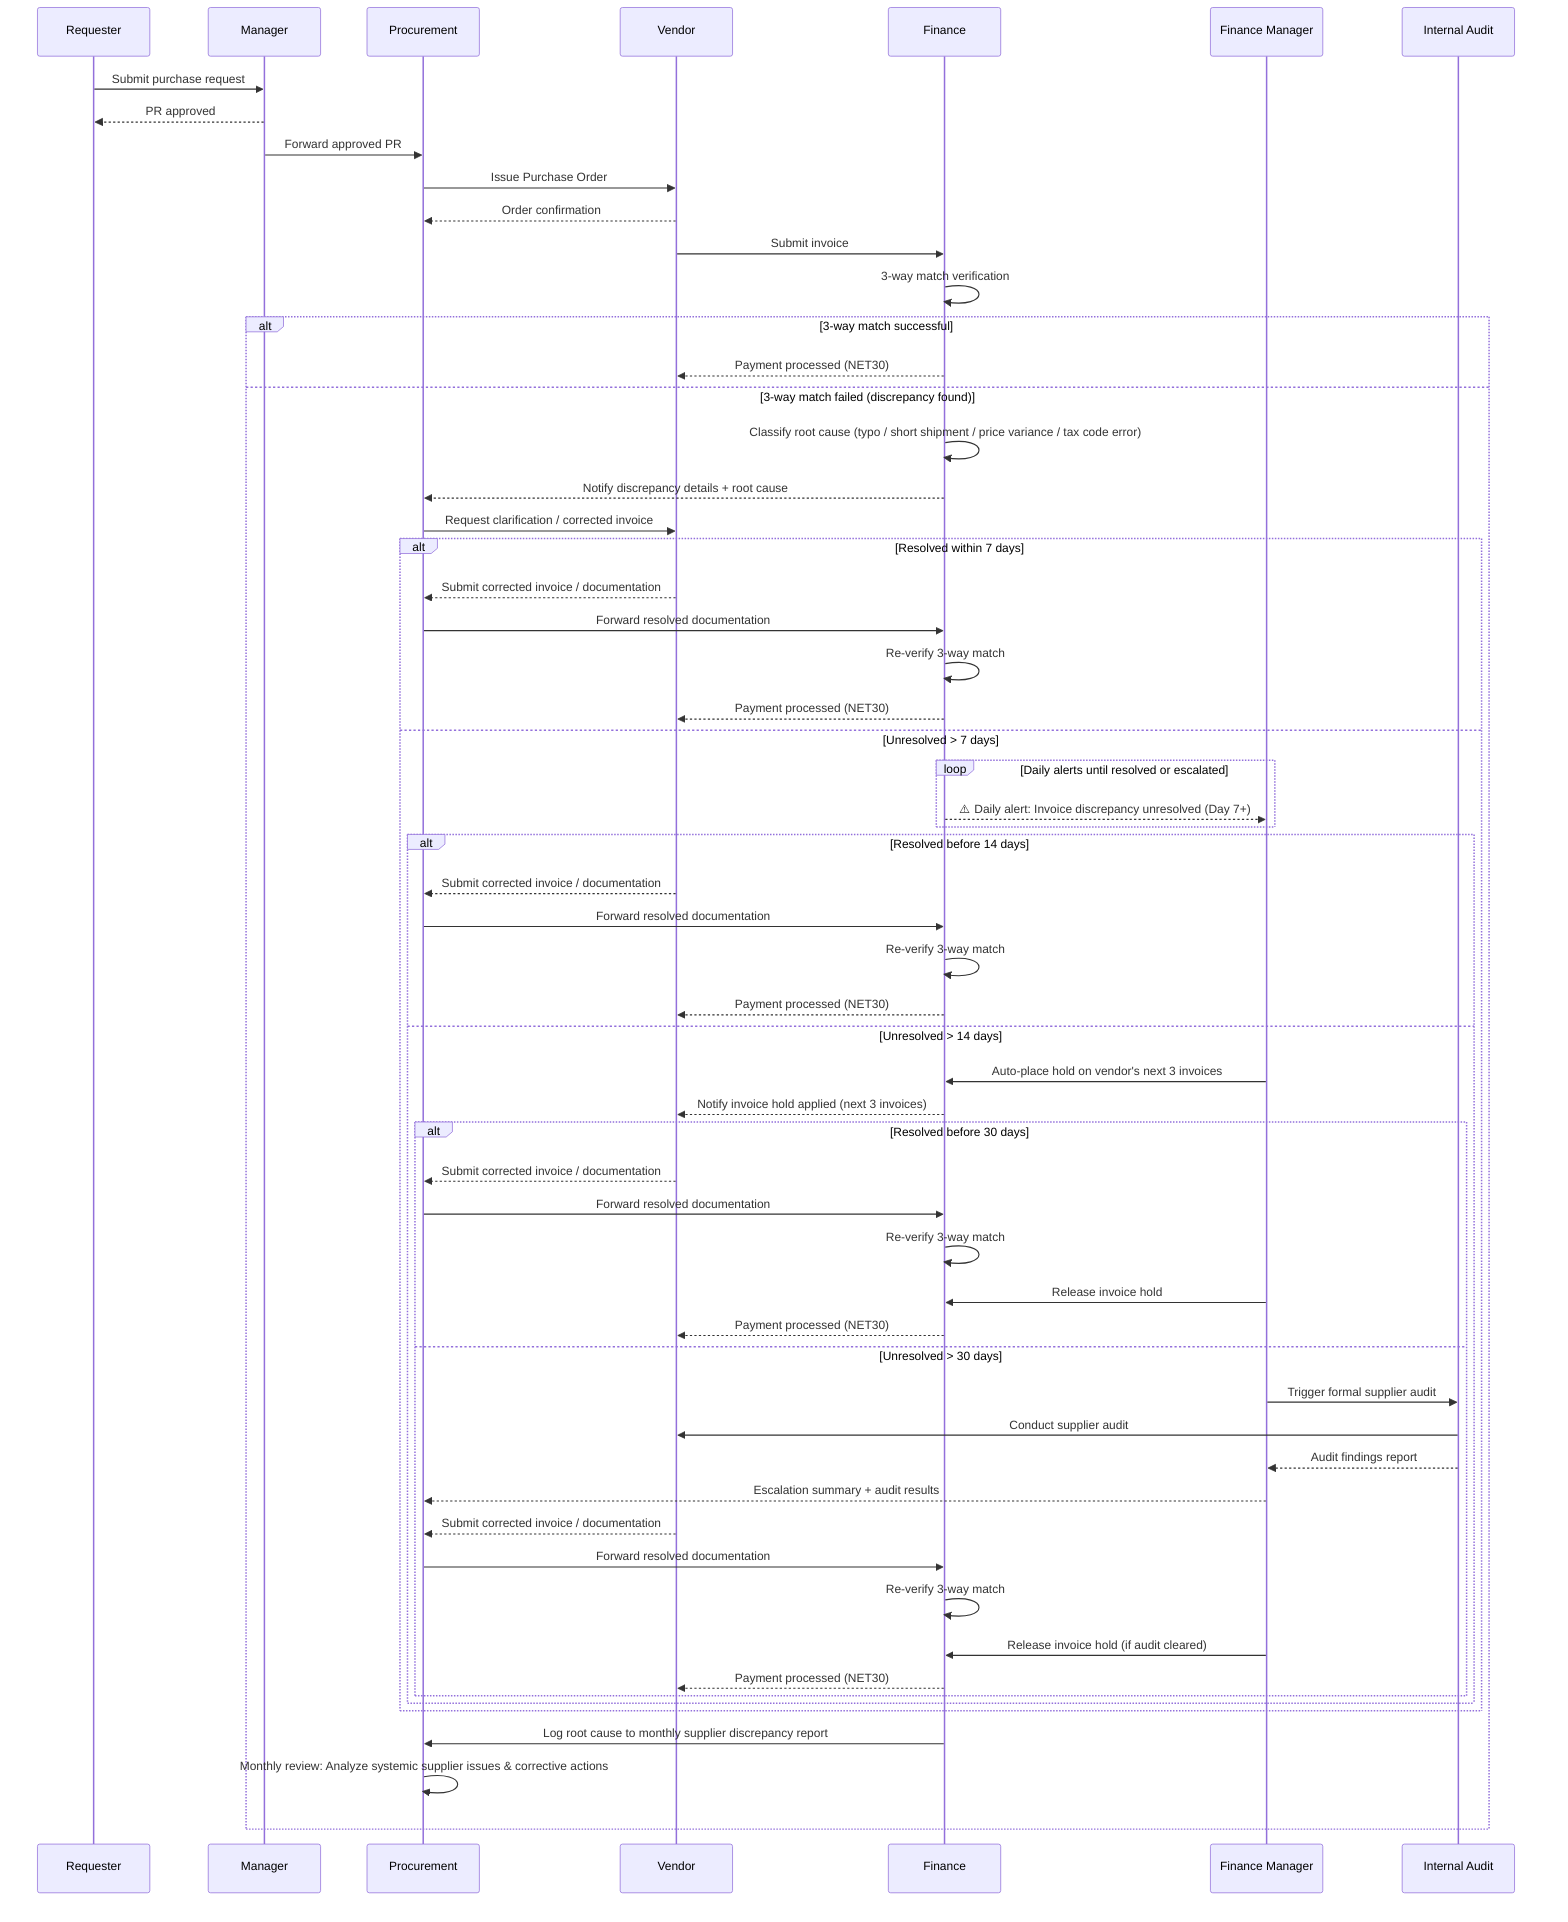
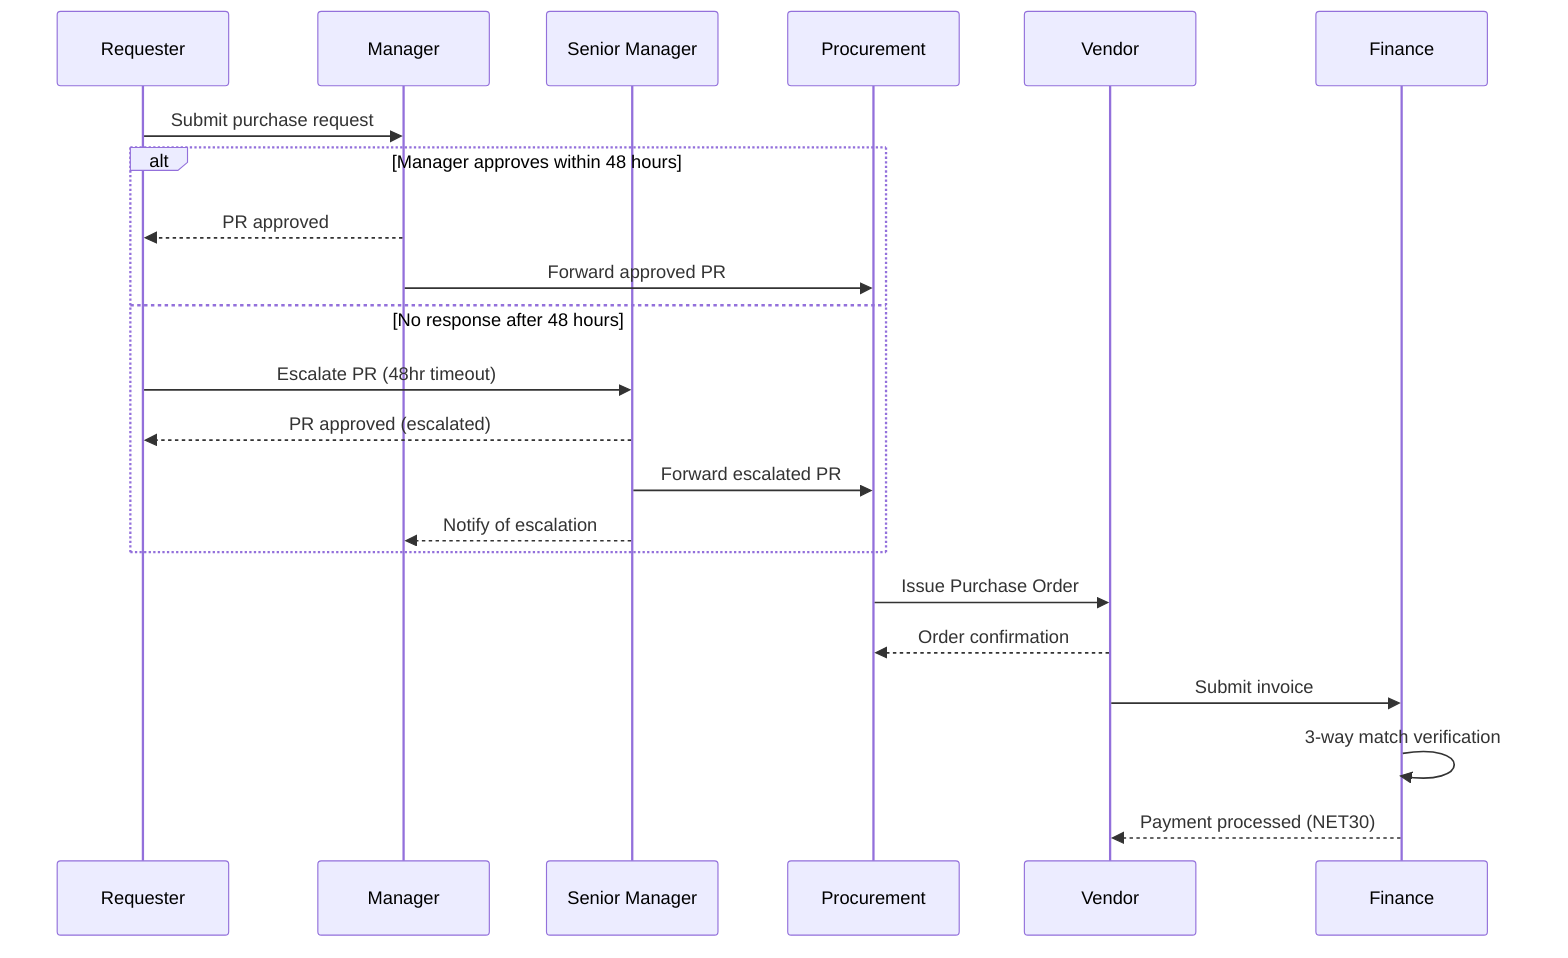
sequenceDiagram
    participant R as Requester
    participant M as Manager
+     participant SM as Senior Manager
    participant P as Procurement
    participant V as Vendor
    participant F as Finance
-     participant FM as Finance Manager
-     participant IA as Internal Audit

    R->>M: Submit purchase request
-     M-->>R: PR approved
-     M->>P: Forward approved PR
+     %% ⚡ CHANGED SECTION - Added 48-hour escalation path for manager approval
+     alt Manager approves within 48 hours
+         M-->>R: PR approved
+         M->>P: Forward approved PR
+     else No response after 48 hours
+         R->>SM: Escalate PR (48hr timeout)
+         SM-->>R: PR approved (escalated)
+         SM->>P: Forward escalated PR
+         SM-->>M: Notify of escalation
+     end
+     %% ⚡ END CHANGED SECTION
    P->>V: Issue Purchase Order
    V-->>P: Order confirmation
    V->>F: Submit invoice
    F->>F: 3-way match verification
- 
-     %% ⚡ CHANGED SECTION
-     alt 3-way match successful
-         F-->>V: Payment processed (NET30)
-     else 3-way match failed (discrepancy found)
-         F->>F: Classify root cause (typo / short shipment / price variance / tax code error)
-         F-->>P: Notify discrepancy details + root cause
-         P->>V: Request clarification / corrected invoice
- 
-         alt Resolved within 7 days
-             V-->>P: Submit corrected invoice / documentation
-             P->>F: Forward resolved documentation
-             F->>F: Re-verify 3-way match
-             F-->>V: Payment processed (NET30)
-         else Unresolved > 7 days
-             loop Daily alerts until resolved or escalated
-                 F-->>FM: ⚠️ Daily alert: Invoice discrepancy unresolved (Day 7+)
-             end
- 
-             alt Resolved before 14 days
-                 V-->>P: Submit corrected invoice / documentation
-                 P->>F: Forward resolved documentation
-                 F->>F: Re-verify 3-way match
-                 F-->>V: Payment processed (NET30)
-             else Unresolved > 14 days
-                 FM->>F: Auto-place hold on vendor's next 3 invoices
-                 F-->>V: Notify invoice hold applied (next 3 invoices)
- 
-                 alt Resolved before 30 days
-                     V-->>P: Submit corrected invoice / documentation
-                     P->>F: Forward resolved documentation
-                     F->>F: Re-verify 3-way match
-                     FM->>F: Release invoice hold
-                     F-->>V: Payment processed (NET30)
-                 else Unresolved > 30 days
-                     FM->>IA: Trigger formal supplier audit
-                     IA->>V: Conduct supplier audit
-                     IA-->>FM: Audit findings report
-                     FM-->>P: Escalation summary + audit results
-                     V-->>P: Submit corrected invoice / documentation
-                     P->>F: Forward resolved documentation
-                     F->>F: Re-verify 3-way match
-                     FM->>F: Release invoice hold (if audit cleared)
-                     F-->>V: Payment processed (NET30)
-                 end
-             end
-         end
- 
-         F->>P: Log root cause to monthly supplier discrepancy report
-         P->>P: Monthly review: Analyze systemic supplier issues & corrective actions
-     end
-     %% ⚡ END CHANGED SECTION+     F-->>V: Payment processed (NET30)